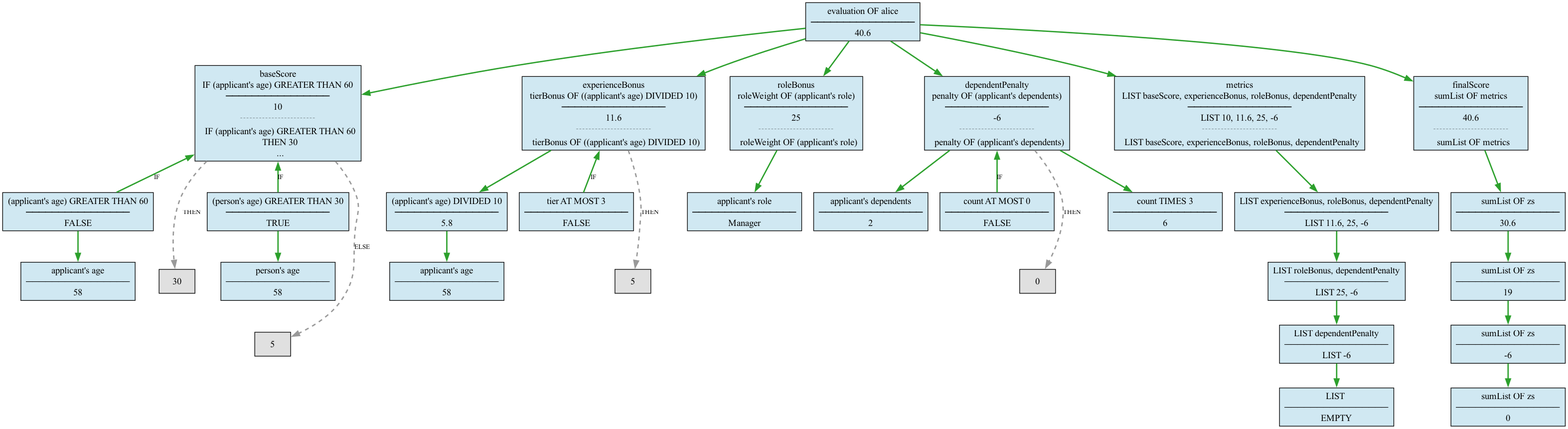
This is doc/images/trace-showcase-eval1.png from smucclaw/l4-ide, a Graphviz export, as it was before one commit. Its source is kept beside it as doc/images/trace-showcase-eval1.dot.
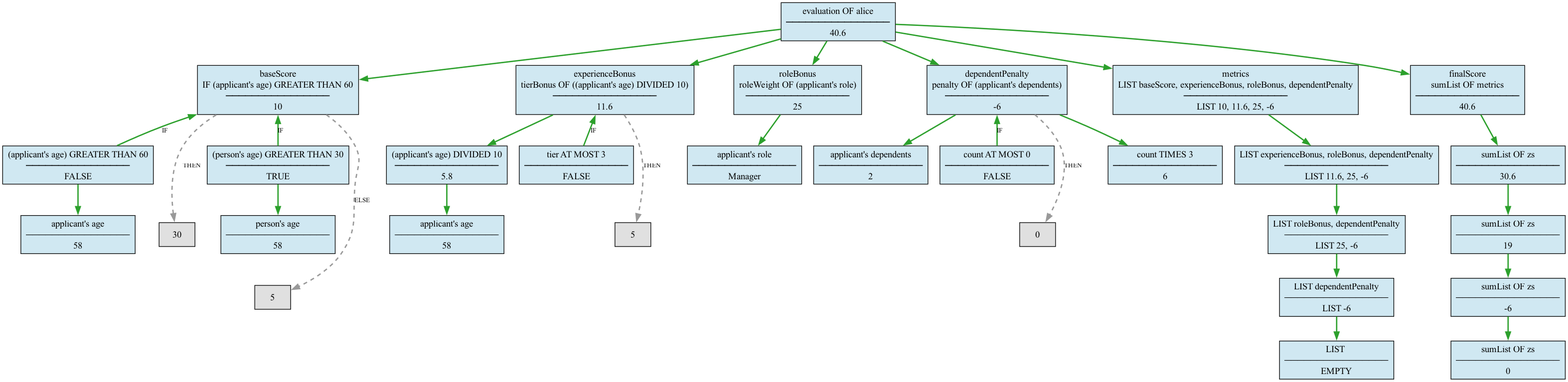
After the change.

Diff of the diagram source:
```diff
@@ -4,7 +4,7 @@
     0 [label="evaluation OF alice\n────────────────\n40.6"
       ,fillcolor="#d0e8f2"
       ,style=filled];
-    2 [label="baseScore\nIF (applicant's age) GREATER THAN 60\n────────────────\n10\n┄┄┄┄┄┄┄┄\n  IF (applicant's age) GREATER THAN 60\n  THEN 30\n  ..."
+    2 [label="baseScore\nIF (applicant's age) GREATER THAN 60\n────────────────\n10"
       ,fillcolor="#d0e8f2"
       ,style=filled];
     3 [label="(applicant's age) GREATER THAN 60\n────────────────\nFALSE"
@@ -25,7 +25,7 @@
     11 [label=5
        ,fillcolor="#e0e0e0"
        ,style=filled];
-    12 [label="experienceBonus\ntierBonus OF ((applicant's age) DIVIDED 10)\n────────────────\n11.6\n┄┄┄┄┄┄┄┄\n  tierBonus OF ((applicant's age) DIVIDED 10)"
+    12 [label="experienceBonus\ntierBonus OF ((applicant's age) DIVIDED 10)\n────────────────\n11.6"
        ,fillcolor="#d0e8f2"
        ,style=filled];
     13 [label="(applicant's age) DIVIDED 10\n────────────────\n5.8"
@@ -40,13 +40,13 @@
     18 [label=5
        ,fillcolor="#e0e0e0"
        ,style=filled];
-    19 [label="roleBonus\nroleWeight OF (applicant's role)\n────────────────\n25\n┄┄┄┄┄┄┄┄\n  roleWeight OF (applicant's role)"
+    19 [label="roleBonus\nroleWeight OF (applicant's role)\n────────────────\n25"
        ,fillcolor="#d0e8f2"
        ,style=filled];
     20 [label="applicant's role\n────────────────\nManager"
        ,fillcolor="#d0e8f2"
        ,style=filled];
-    23 [label="dependentPenalty\npenalty OF (applicant's dependents)\n────────────────\n-6\n┄┄┄┄┄┄┄┄\n  penalty OF (applicant's dependents)"
+    23 [label="dependentPenalty\npenalty OF (applicant's dependents)\n────────────────\n-6"
        ,fillcolor="#d0e8f2"
        ,style=filled];
     24 [label="applicant's dependents\n────────────────\n2"
@@ -61,7 +61,7 @@
     29 [label="count TIMES 3\n────────────────\n6"
        ,fillcolor="#d0e8f2"
        ,style=filled];
-    30 [label="metrics\nLIST baseScore, experienceBonus, roleBonus, dependentPenalty\n────────────────\nLIST 10, 11.6, 25, -6\n┄┄┄┄┄┄┄┄\n  LIST baseScore, experienceBonus, roleBonus, dependentPenalty"
+    30 [label="metrics\nLIST baseScore, experienceBonus, roleBonus, dependentPenalty\n────────────────\nLIST 10, 11.6, 25, -6"
        ,fillcolor="#d0e8f2"
        ,style=filled];
     31 [label="LIST experienceBonus, roleBonus, dependentPenalty\n────────────────\nLIST 11.6, 25, -6"
@@ -76,7 +76,7 @@
     34 [label="LIST \n────────────────\nEMPTY"
        ,fillcolor="#d0e8f2"
        ,style=filled];
-    35 [label="finalScore\nsumList OF metrics\n────────────────\n40.6\n┄┄┄┄┄┄┄┄\n  sumList OF metrics"
+    35 [label="finalScore\nsumList OF metrics\n────────────────\n40.6"
        ,fillcolor="#d0e8f2"
        ,style=filled];
     37 [label="sumList OF zs\n────────────────\n30.6"
```
